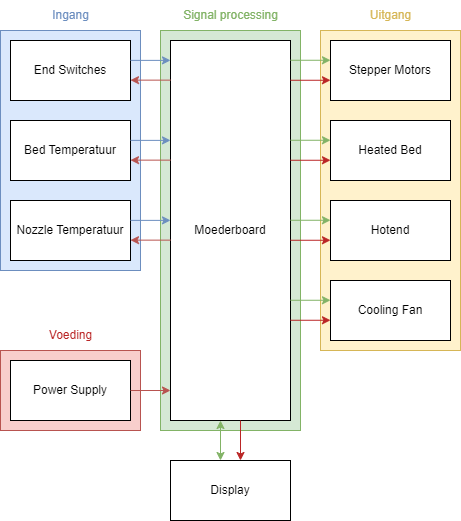
Before: Opdracht 1/images/Creality Ender V2.drawio.png, a diagram exported from draw.io (Ragazzoforte/23.24.D-Life-Cycle-Engineering). Source tidied: cells renumbered, new cells last; positions are measured from the earlier drawing's top-left corner, leaving out a move shared by most shapes.
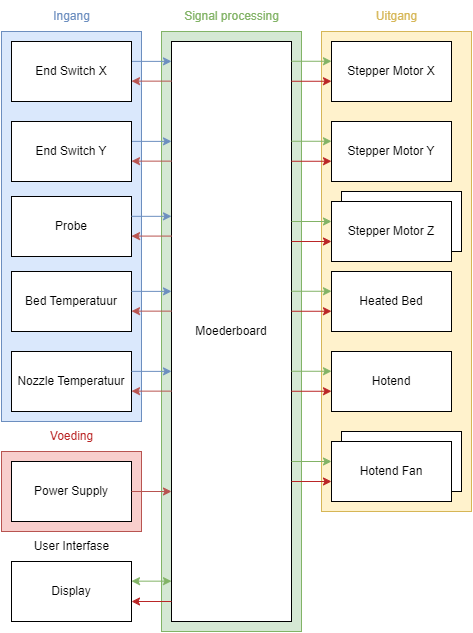
Later version of the same file.

Change to the diagram source:
```diff
@@ -2,38 +2,32 @@
   <root>
     <mxCell id="0" />
     <mxCell id="1" parent="0" />
+    <mxCell id="5" style="rounded=0;whiteSpace=wrap;html=1;fillColor=#dae8fc;strokeColor=#6c8ebf;" parent="1" vertex="1">
+      <mxGeometry y="30" width="140" height="390" as="geometry" />
+    </mxCell>
     <mxCell id="2" style="rounded=0;whiteSpace=wrap;html=1;fillColor=#fff2cc;strokeColor=#d6b656;" parent="1" vertex="1">
-      <mxGeometry x="320" y="30" width="140" height="320" as="geometry" />
+      <mxGeometry x="320" y="30" width="150" height="480" as="geometry" />
     </mxCell>
     <mxCell id="3" style="rounded=0;whiteSpace=wrap;html=1;fillColor=#d5e8d4;strokeColor=#82b366;" parent="1" vertex="1">
-      <mxGeometry x="160" y="30" width="140" height="400" as="geometry" />
+      <mxGeometry x="160" y="30" width="140" height="600" as="geometry" />
     </mxCell>
     <mxCell id="4" style="rounded=0;whiteSpace=wrap;html=1;fillColor=#f8cecc;strokeColor=#b85450;direction=west;" parent="1" vertex="1">
-      <mxGeometry y="350" width="140" height="80" as="geometry" />
+      <mxGeometry y="450" width="140" height="80" as="geometry" />
     </mxCell>
-    <mxCell id="5" style="rounded=0;whiteSpace=wrap;html=1;fillColor=#dae8fc;strokeColor=#6c8ebf;" parent="1" vertex="1">
-      <mxGeometry y="30" width="140" height="240" as="geometry" />
-    </mxCell>
-    <mxCell id="6" value="End Switches" style="rounded=0;whiteSpace=wrap;html=1;" parent="1" vertex="1">
-      <mxGeometry x="10" y="40" width="120" height="60" as="geometry" />
-    </mxCell>
     <mxCell id="7" value="Bed Temperatuur" style="rounded=0;whiteSpace=wrap;html=1;" parent="1" vertex="1">
-      <mxGeometry x="10" y="120" width="120" height="60" as="geometry" />
+      <mxGeometry x="10" y="270" width="120" height="60" as="geometry" />
     </mxCell>
     <mxCell id="8" value="Power Supply" style="rounded=0;whiteSpace=wrap;html=1;direction=west;" parent="1" vertex="1">
-      <mxGeometry x="10" y="360" width="120" height="60" as="geometry" />
+      <mxGeometry x="10" y="460" width="120" height="60" as="geometry" />
     </mxCell>
-    <mxCell id="9" value="Stepper Motors" style="rounded=0;whiteSpace=wrap;html=1;" parent="1" vertex="1">
-      <mxGeometry x="330" y="40" width="120" height="60" as="geometry" />
-    </mxCell>
     <mxCell id="10" value="Moederboard" style="rounded=0;whiteSpace=wrap;html=1;" parent="1" vertex="1">
-      <mxGeometry x="170" y="40" width="120" height="380" as="geometry" />
+      <mxGeometry x="170" y="40" width="120" height="580" as="geometry" />
     </mxCell>
     <mxCell id="11" value="Display" style="rounded=0;whiteSpace=wrap;html=1;" parent="1" vertex="1">
-      <mxGeometry x="170" y="460" width="120" height="60" as="geometry" />
+      <mxGeometry x="10" y="560" width="120" height="60" as="geometry" />
     </mxCell>
     <mxCell id="12" value="Nozzle Temperatuur" style="rounded=0;whiteSpace=wrap;html=1;" parent="1" vertex="1">
-      <mxGeometry x="10" y="200" width="120" height="60" as="geometry" />
+      <mxGeometry x="10" y="350" width="120" height="60" as="geometry" />
     </mxCell>
     <mxCell id="13" value="&lt;font color=&quot;#6c8ebf&quot;&gt;Ingang&lt;/font&gt;" style="text;html=1;align=center;verticalAlign=middle;strokeColor=none;fillColor=none;" parent="1" vertex="1">
       <mxGeometry x="40" width="60" height="30" as="geometry" />
@@ -52,49 +46,46 @@
     </mxCell>
     <mxCell id="16" style="endArrow=classic;html=1;rounded=0;strokeColor=#b85450;" parent="1" edge="1">
       <mxGeometry relative="1" as="geometry">
-        <mxPoint x="170" y="159.6" as="sourcePoint" />
-        <mxPoint x="130" y="159.6" as="targetPoint" />
+        <mxPoint x="170" y="309.6" as="sourcePoint" />
+        <mxPoint x="130" y="309.6" as="targetPoint" />
       </mxGeometry>
     </mxCell>
     <mxCell id="17" style="endArrow=classic;html=1;rounded=0;strokeColor=#6c8ebf;" parent="1" edge="1">
       <mxGeometry relative="1" as="geometry">
-        <mxPoint x="130" y="139.9" as="sourcePoint" />
-        <mxPoint x="170" y="139.9" as="targetPoint" />
+        <mxPoint x="130" y="289.9" as="sourcePoint" />
+        <mxPoint x="170" y="289.9" as="targetPoint" />
       </mxGeometry>
     </mxCell>
     <mxCell id="18" style="endArrow=classic;html=1;rounded=0;strokeColor=#b85450;" parent="1" edge="1">
       <mxGeometry relative="1" as="geometry">
-        <mxPoint x="170" y="239.6" as="sourcePoint" />
-        <mxPoint x="130" y="239.6" as="targetPoint" />
+        <mxPoint x="170" y="389.6" as="sourcePoint" />
+        <mxPoint x="130" y="389.6" as="targetPoint" />
       </mxGeometry>
     </mxCell>
     <mxCell id="19" style="endArrow=classic;html=1;rounded=0;strokeColor=#6c8ebf;" parent="1" edge="1">
       <mxGeometry relative="1" as="geometry">
-        <mxPoint x="130" y="219.9" as="sourcePoint" />
-        <mxPoint x="170" y="219.9" as="targetPoint" />
+        <mxPoint x="130" y="369.9" as="sourcePoint" />
+        <mxPoint x="170" y="369.9" as="targetPoint" />
       </mxGeometry>
     </mxCell>
     <mxCell id="20" style="endArrow=classic;html=1;rounded=0;strokeColor=#b85450;" parent="1" edge="1">
       <mxGeometry relative="1" as="geometry">
-        <mxPoint x="130" y="390" as="sourcePoint" />
-        <mxPoint x="170" y="390" as="targetPoint" />
+        <mxPoint x="130" y="490" as="sourcePoint" />
+        <mxPoint x="170" y="490" as="targetPoint" />
       </mxGeometry>
     </mxCell>
     <mxCell id="21" value="&lt;font color=&quot;#ba2626&quot;&gt;Voeding&lt;/font&gt;" style="text;html=1;align=center;verticalAlign=middle;strokeColor=none;fillColor=none;" parent="1" vertex="1">
-      <mxGeometry x="35" y="320" width="70" height="30" as="geometry" />
+      <mxGeometry x="35" y="420" width="70" height="30" as="geometry" />
     </mxCell>
     <mxCell id="22" value="&lt;font color=&quot;#82b366&quot;&gt;Signal processing&lt;/font&gt;" style="text;html=1;align=center;verticalAlign=middle;strokeColor=none;fillColor=none;" parent="1" vertex="1">
       <mxGeometry x="170" width="120" height="30" as="geometry" />
     </mxCell>
     <mxCell id="23" value="Heated Bed" style="rounded=0;whiteSpace=wrap;html=1;" parent="1" vertex="1">
-      <mxGeometry x="330" y="120" width="120" height="60" as="geometry" />
+      <mxGeometry x="330" y="270" width="120" height="60" as="geometry" />
     </mxCell>
     <mxCell id="24" value="Hotend" style="rounded=0;whiteSpace=wrap;html=1;" parent="1" vertex="1">
-      <mxGeometry x="330" y="200" width="120" height="60" as="geometry" />
+      <mxGeometry x="330" y="350" width="120" height="60" as="geometry" />
     </mxCell>
-    <mxCell id="25" value="Cooling Fan" style="rounded=0;whiteSpace=wrap;html=1;" parent="1" vertex="1">
-      <mxGeometry x="330" y="280" width="120" height="60" as="geometry" />
-    </mxCell>
     <mxCell id="26" style="endArrow=classic;html=1;rounded=0;strokeColor=#82b366;" parent="1" edge="1">
       <mxGeometry relative="1" as="geometry">
         <mxPoint x="290" y="59.8" as="sourcePoint" />
@@ -109,54 +100,138 @@
     </mxCell>
     <mxCell id="28" style="endArrow=classic;html=1;rounded=0;strokeColor=#82b366;" parent="1" edge="1">
       <mxGeometry relative="1" as="geometry">
-        <mxPoint x="290" y="139.8" as="sourcePoint" />
-        <mxPoint x="330" y="139.8" as="targetPoint" />
+        <mxPoint x="290" y="289.8" as="sourcePoint" />
+        <mxPoint x="330" y="289.8" as="targetPoint" />
       </mxGeometry>
     </mxCell>
     <mxCell id="29" style="endArrow=classic;html=1;rounded=0;strokeColor=#ba2626;" parent="1" edge="1">
       <mxGeometry relative="1" as="geometry">
-        <mxPoint x="290" y="159.8" as="sourcePoint" />
-        <mxPoint x="330" y="159.8" as="targetPoint" />
+        <mxPoint x="290" y="309.8" as="sourcePoint" />
+        <mxPoint x="330" y="309.8" as="targetPoint" />
       </mxGeometry>
     </mxCell>
     <mxCell id="30" style="endArrow=classic;html=1;rounded=0;strokeColor=#82b366;" parent="1" edge="1">
       <mxGeometry relative="1" as="geometry">
-        <mxPoint x="290" y="219.8" as="sourcePoint" />
-        <mxPoint x="330" y="219.8" as="targetPoint" />
+        <mxPoint x="290" y="369.8" as="sourcePoint" />
+        <mxPoint x="330" y="369.8" as="targetPoint" />
       </mxGeometry>
     </mxCell>
     <mxCell id="31" style="endArrow=classic;html=1;rounded=0;strokeColor=#ba2626;" parent="1" edge="1">
       <mxGeometry relative="1" as="geometry">
-        <mxPoint x="290" y="239.8" as="sourcePoint" />
-        <mxPoint x="330" y="239.8" as="targetPoint" />
+        <mxPoint x="290" y="389.8" as="sourcePoint" />
+        <mxPoint x="330" y="389.8" as="targetPoint" />
       </mxGeometry>
     </mxCell>
     <mxCell id="32" style="endArrow=classic;html=1;rounded=0;strokeColor=#82b366;" parent="1" edge="1">
       <mxGeometry relative="1" as="geometry">
-        <mxPoint x="290" y="299.8" as="sourcePoint" />
-        <mxPoint x="330" y="299.8" as="targetPoint" />
+        <mxPoint x="290" y="460" as="sourcePoint" />
+        <mxPoint x="330" y="460" as="targetPoint" />
       </mxGeometry>
     </mxCell>
     <mxCell id="33" style="endArrow=classic;html=1;rounded=0;strokeColor=#ba2626;" parent="1" edge="1">
       <mxGeometry relative="1" as="geometry">
-        <mxPoint x="290" y="319.8" as="sourcePoint" />
-        <mxPoint x="330" y="319.8" as="targetPoint" />
+        <mxPoint x="290" y="480" as="sourcePoint" />
+        <mxPoint x="330" y="480" as="targetPoint" />
       </mxGeometry>
     </mxCell>
     <mxCell id="34" value="&lt;font&gt;Uitgang&lt;/font&gt;" style="text;html=1;align=center;verticalAlign=middle;strokeColor=none;fillColor=none;fontColor=#d6b656;" parent="1" vertex="1">
-      <mxGeometry x="360" width="60" height="30" as="geometry" />
+      <mxGeometry x="365" width="60" height="30" as="geometry" />
     </mxCell>
-    <mxCell id="35" style="endArrow=classic;startArrow=classic;html=1;rounded=0;exitX=0.5;exitY=0;exitDx=0;exitDy=0;entryX=0.5;entryY=1;entryDx=0;entryDy=0;fontColor=#82b366;strokeColor=#82b366;" parent="1" edge="1">
+    <mxCell id="35" style="endArrow=classic;startArrow=classic;html=1;rounded=0;fontColor=#82b366;strokeColor=#82b366;" parent="1" edge="1">
       <mxGeometry relative="1" as="geometry">
-        <mxPoint x="220" y="460" as="sourcePoint" />
-        <mxPoint x="220" y="420" as="targetPoint" />
+        <mxPoint x="130" y="579.7" as="sourcePoint" />
+        <mxPoint x="170" y="579.7" as="targetPoint" />
       </mxGeometry>
     </mxCell>
     <mxCell id="36" style="endArrow=classic;html=1;rounded=0;strokeColor=#ba2626;" parent="1" edge="1">
       <mxGeometry relative="1" as="geometry">
-        <mxPoint x="240" y="420" as="sourcePoint" />
-        <mxPoint x="240" y="460" as="targetPoint" />
+        <mxPoint x="170" y="600" as="sourcePoint" />
+        <mxPoint x="130" y="600" as="targetPoint" />
       </mxGeometry>
     </mxCell>
+    <mxCell id="37" value="End Switch X" style="rounded=0;whiteSpace=wrap;html=1;" parent="1" vertex="1">
+      <mxGeometry x="10" y="40" width="120" height="60" as="geometry" />
+    </mxCell>
+    <mxCell id="38" value="Probe" style="rounded=0;whiteSpace=wrap;html=1;" parent="1" vertex="1">
+      <mxGeometry x="10" y="195" width="120" height="60" as="geometry" />
+    </mxCell>
+    <mxCell id="39" style="endArrow=classic;html=1;rounded=0;strokeColor=#b85450;" parent="1" edge="1">
+      <mxGeometry relative="1" as="geometry">
+        <mxPoint x="170" y="234.6" as="sourcePoint" />
+        <mxPoint x="130" y="234.6" as="targetPoint" />
+      </mxGeometry>
+    </mxCell>
+    <mxCell id="40" style="endArrow=classic;html=1;rounded=0;strokeColor=#6c8ebf;" parent="1" edge="1">
+      <mxGeometry relative="1" as="geometry">
+        <mxPoint x="130" y="214.8" as="sourcePoint" />
+        <mxPoint x="170" y="214.8" as="targetPoint" />
+      </mxGeometry>
+    </mxCell>
+    <mxCell id="41" style="group;" parent="1" vertex="1">
+      <mxGeometry x="330" y="430" width="130" height="70" as="geometry" />
+    </mxCell>
+    <mxCell id="25" value="Hotend Fan" style="rounded=0;whiteSpace=wrap;html=1;" parent="41" vertex="1">
+      <mxGeometry x="10" width="120" height="60" as="geometry" />
+    </mxCell>
+    <mxCell id="42" value="Hotend Fan" style="rounded=0;whiteSpace=wrap;html=1;" parent="41" vertex="1">
+      <mxGeometry y="10" width="120" height="60" as="geometry" />
+    </mxCell>
+    <mxCell id="43" style="endArrow=classic;html=1;rounded=0;strokeColor=#b85450;" parent="1" edge="1">
+      <mxGeometry relative="1" as="geometry">
+        <mxPoint x="170" y="159.6" as="sourcePoint" />
+        <mxPoint x="130" y="159.6" as="targetPoint" />
+      </mxGeometry>
+    </mxCell>
+    <mxCell id="44" style="endArrow=classic;html=1;rounded=0;strokeColor=#6c8ebf;" parent="1" edge="1">
+      <mxGeometry relative="1" as="geometry">
+        <mxPoint x="130" y="139.9" as="sourcePoint" />
+        <mxPoint x="170" y="139.9" as="targetPoint" />
+      </mxGeometry>
+    </mxCell>
+    <mxCell id="45" value="End Switch Y" style="rounded=0;whiteSpace=wrap;html=1;" parent="1" vertex="1">
+      <mxGeometry x="10" y="120" width="120" height="60" as="geometry" />
+    </mxCell>
+    <mxCell id="46" value="Stepper Motor X" style="rounded=0;whiteSpace=wrap;html=1;" parent="1" vertex="1">
+      <mxGeometry x="330" y="40" width="120" height="60" as="geometry" />
+    </mxCell>
+    <mxCell id="47" style="endArrow=classic;html=1;rounded=0;strokeColor=#82b366;" parent="1" edge="1">
+      <mxGeometry relative="1" as="geometry">
+        <mxPoint x="290" y="139.8" as="sourcePoint" />
+        <mxPoint x="330" y="139.8" as="targetPoint" />
+      </mxGeometry>
+    </mxCell>
+    <mxCell id="48" style="endArrow=classic;html=1;rounded=0;strokeColor=#ba2626;" parent="1" edge="1">
+      <mxGeometry relative="1" as="geometry">
+        <mxPoint x="290" y="159.8" as="sourcePoint" />
+        <mxPoint x="330" y="159.8" as="targetPoint" />
+      </mxGeometry>
+    </mxCell>
+    <mxCell id="49" value="Stepper Motor Y" style="rounded=0;whiteSpace=wrap;html=1;" parent="1" vertex="1">
+      <mxGeometry x="330" y="120" width="120" height="60" as="geometry" />
+    </mxCell>
+    <mxCell id="50" style="endArrow=classic;html=1;rounded=0;strokeColor=#82b366;" parent="1" edge="1">
+      <mxGeometry relative="1" as="geometry">
+        <mxPoint x="290" y="220" as="sourcePoint" />
+        <mxPoint x="330" y="220" as="targetPoint" />
+      </mxGeometry>
+    </mxCell>
+    <mxCell id="51" style="endArrow=classic;html=1;rounded=0;strokeColor=#ba2626;" parent="1" edge="1">
+      <mxGeometry relative="1" as="geometry">
+        <mxPoint x="290" y="240" as="sourcePoint" />
+        <mxPoint x="330" y="240" as="targetPoint" />
+      </mxGeometry>
+    </mxCell>
+    <mxCell id="52" style="group;" parent="1" vertex="1">
+      <mxGeometry x="330" y="190" width="130" height="70" as="geometry" />
+    </mxCell>
+    <mxCell id="53" value="Hotend Fan" style="rounded=0;whiteSpace=wrap;html=1;" parent="52" vertex="1">
+      <mxGeometry x="10" width="120" height="60" as="geometry" />
+    </mxCell>
+    <mxCell id="54" value="Stepper Motor Z" style="rounded=0;whiteSpace=wrap;html=1;" parent="52" vertex="1">
+      <mxGeometry y="10" width="120" height="60" as="geometry" />
+    </mxCell>
+    <mxCell id="55" value="User Interfase" style="text;html=1;align=center;verticalAlign=middle;strokeColor=none;fillColor=none;" parent="1" vertex="1">
+      <mxGeometry x="20" y="530" width="100" height="30" as="geometry" />
+    </mxCell>
   </root>
 </mxGraphModel>
```
